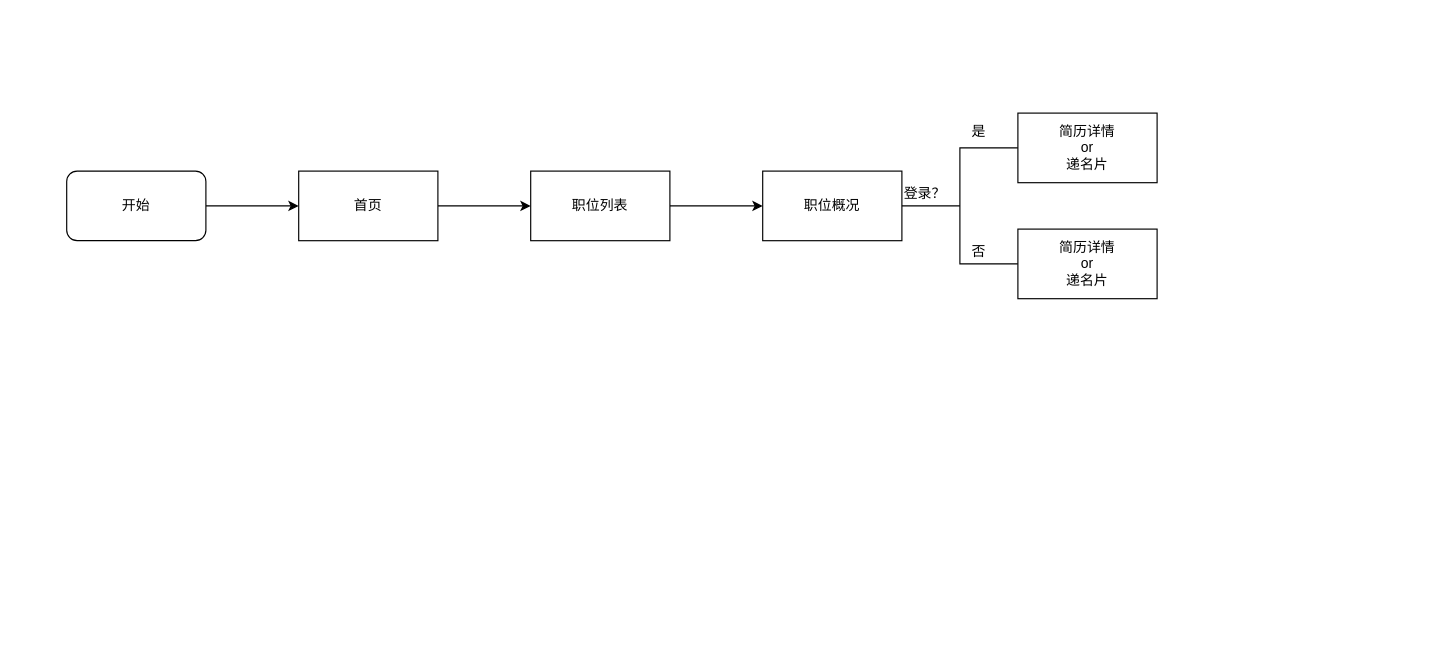
Above: 小程序操作流程.drawio in SuJack/www.draw.io (draw.io), before the change. Source tidied: cells renumbered, new cells numbered last; positions are measured from the earlier drawing's top-left corner, leaving out a move shared by most shapes. Both pictures are drawn from the tidied source at 116%, with x=0, y=0 at pixel (66, 113).
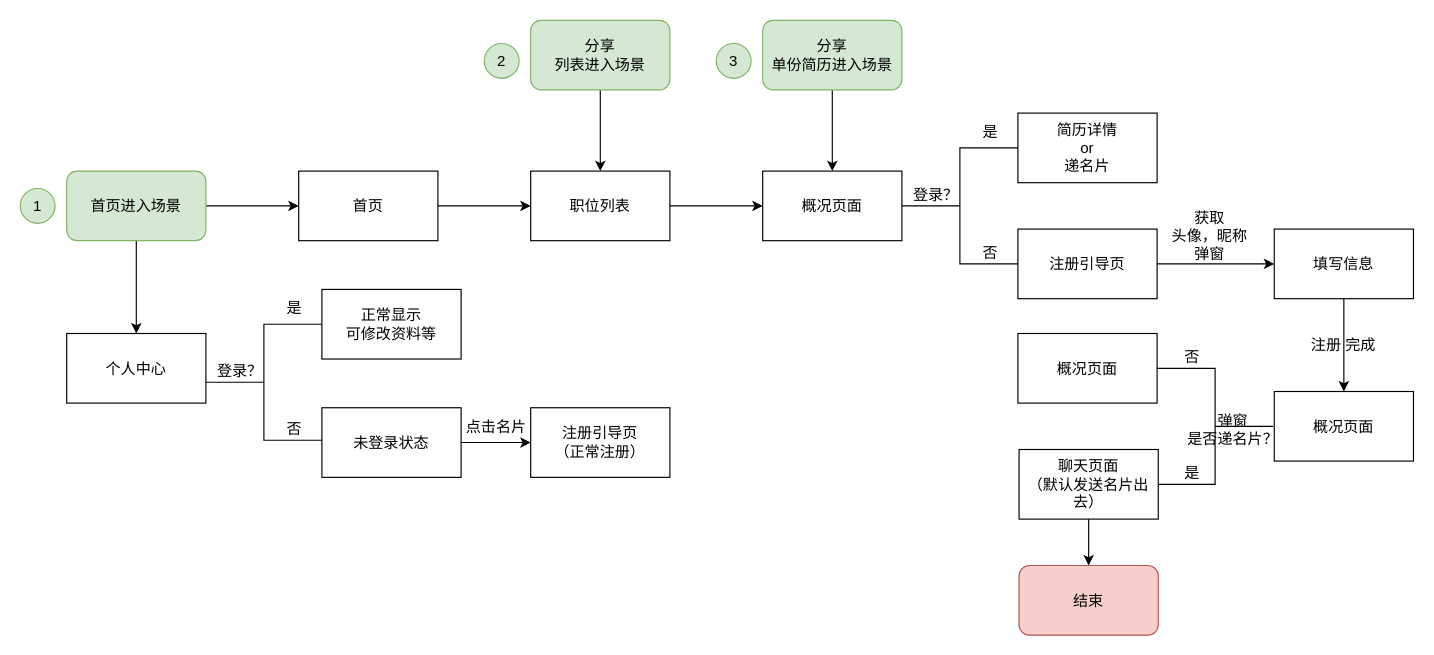
The same diagram, later.

Commit message:
更新小程序操作流程.drawio

Diff of the diagram source:
```diff
@@
-    <mxCell id="2" style="edgeStyle=orthogonalEdgeStyle;rounded=0;jettySize=auto;html=1;" parent="1" edge="1" source="3" target="5">
+    <mxCell id="2" style="edgeStyle=orthogonalEdgeStyle;rounded=0;jettySize=auto;html=1;fontSize=13;" parent="1" edge="1" source="3" target="5">
       <mxGeometry relative="1" as="geometry" />
     </mxCell>
+    <mxCell id="15" style="edgeStyle=orthogonalEdgeStyle;rounded=0;jettySize=auto;html=1;fontSize=13;" parent="1" edge="1" source="3">
+      <mxGeometry relative="1" as="geometry">
+        <mxPoint x="60" y="190" as="targetPoint" />
+      </mxGeometry>
+    </mxCell>
-    <mxCell id="3" value="开始" style="rounded=1;whiteSpace=wrap;html=1;" parent="1" vertex="1">
+    <mxCell id="3" value="首页进入场景" style="rounded=1;whiteSpace=wrap;html=1;fillColor=#d5e8d4;strokeColor=#82b366;fontSize=13;" parent="1" vertex="1">
       <mxGeometry y="50" width="120" height="60" as="geometry" />
     </mxCell>
-    <mxCell id="4" style="edgeStyle=orthogonalEdgeStyle;rounded=0;jettySize=auto;html=1;" parent="1" edge="1" source="5" target="7">
+    <mxCell id="4" style="edgeStyle=orthogonalEdgeStyle;rounded=0;jettySize=auto;html=1;fontSize=13;" parent="1" edge="1" source="5" target="7">
       <mxGeometry relative="1" as="geometry" />
     </mxCell>
-    <mxCell id="5" value="首页" style="rounded=1;whiteSpace=wrap;html=1;arcSize=0;" parent="1" vertex="1">
+    <mxCell id="5" value="首页" style="rounded=1;whiteSpace=wrap;html=1;arcSize=0;fontSize=13;" parent="1" vertex="1">
       <mxGeometry x="200" y="50" width="120" height="60" as="geometry" />
     </mxCell>
-    <mxCell id="6" style="edgeStyle=orthogonalEdgeStyle;rounded=0;jettySize=auto;html=1;" parent="1" edge="1" source="7" target="8">
+    <mxCell id="6" style="edgeStyle=orthogonalEdgeStyle;rounded=0;jettySize=auto;html=1;fontSize=13;" parent="1" edge="1" source="7" target="8">
       <mxGeometry relative="1" as="geometry" />
     </mxCell>
-    <mxCell id="7" value="职位列表" style="rounded=1;whiteSpace=wrap;html=1;arcSize=0;" parent="1" vertex="1">
+    <mxCell id="7" value="职位列表" style="rounded=1;whiteSpace=wrap;html=1;arcSize=0;fontSize=13;" parent="1" vertex="1">
       <mxGeometry x="400" y="50" width="120" height="60" as="geometry" />
     </mxCell>
-    <mxCell id="8" value="职位概况" style="rounded=1;whiteSpace=wrap;html=1;arcSize=0;" parent="1" vertex="1">
+    <mxCell id="8" value="概况页面" style="rounded=1;whiteSpace=wrap;html=1;arcSize=0;fontSize=13;" parent="1" vertex="1">
       <mxGeometry x="600" y="50" width="120" height="60" as="geometry" />
     </mxCell>
-    <mxCell id="9" style="strokeWidth=1;html=1;shape=mxgraph.flowchart.annotation_2;align=left;" parent="1" vertex="1">
+    <mxCell id="9" style="strokeWidth=1;html=1;shape=mxgraph.flowchart.annotation_2;align=left;fontSize=13;" parent="1" vertex="1">
       <mxGeometry x="720" y="30" width="100" height="100" as="geometry" />
     </mxCell>
-    <mxCell id="10" value="简历详情&lt;br&gt;or&lt;br&gt;递名片&lt;br&gt;" style="rounded=0;whiteSpace=wrap;html=1;strokeWidth=1;" parent="1" vertex="1">
+    <mxCell id="10" value="简历详情&lt;br style=&quot;font-size: 13px;&quot;&gt;or&lt;br style=&quot;font-size: 13px;&quot;&gt;递名片&lt;br style=&quot;font-size: 13px;&quot;&gt;" style="rounded=0;whiteSpace=wrap;html=1;strokeWidth=1;fontSize=13;" parent="1" vertex="1">
       <mxGeometry x="820" width="120" height="60" as="geometry" />
     </mxCell>
-    <mxCell id="11" value="登录？" style="text;html=1;align=left;verticalAlign=top;spacingTop=-4;" parent="1" vertex="1">
+    <mxCell id="11" value="登录？" style="text;html=1;align=right;verticalAlign=top;spacingTop=-4;fontSize=13;" parent="1" vertex="1">
       <mxGeometry x="720" y="60" width="50" height="20" as="geometry" />
     </mxCell>
-    <mxCell id="12" value="是" style="text;html=1;align=center;verticalAlign=top;spacingTop=-4;" parent="1" vertex="1">
-      <mxGeometry x="771" y="6" width="30" height="20" as="geometry" />
+    <mxCell id="12" value="是" style="text;html=1;align=center;verticalAlign=top;spacingTop=-4;fontSize=13;" parent="1" vertex="1">
+      <mxGeometry x="781" y="6" width="30" height="20" as="geometry" />
     </mxCell>
-    <mxCell id="13" value="否" style="text;html=1;align=center;verticalAlign=top;spacingTop=-4;" parent="1" vertex="1">
-      <mxGeometry x="771" y="110" width="30" height="20" as="geometry" />
+    <mxCell id="13" value="否" style="text;html=1;align=center;verticalAlign=top;spacingTop=-4;fontSize=13;" parent="1" vertex="1">
+      <mxGeometry x="781" y="110" width="30" height="20" as="geometry" />
     </mxCell>
+    <mxCell id="16" style="edgeStyle=orthogonalEdgeStyle;rounded=0;jettySize=auto;html=1;fontSize=13;" parent="1" edge="1" source="14" target="18">
+      <mxGeometry relative="1" as="geometry" />
+    </mxCell>
-    <mxCell id="14" value="简历详情&lt;br&gt;or&lt;br&gt;递名片&lt;br&gt;" style="rounded=0;whiteSpace=wrap;html=1;strokeWidth=1;" parent="1" vertex="1">
+    <mxCell id="14" value="注册引导页" style="rounded=0;whiteSpace=wrap;html=1;strokeWidth=1;fontSize=13;" parent="1" vertex="1">
       <mxGeometry x="820" y="100" width="120" height="60" as="geometry" />
     </mxCell>
+    <mxCell id="17" style="edgeStyle=orthogonalEdgeStyle;rounded=0;jettySize=auto;html=1;fontSize=13;" parent="1" edge="1" source="18" target="19">
+      <mxGeometry relative="1" as="geometry" />
+    </mxCell>
+    <mxCell id="18" value="填写信息" style="rounded=0;whiteSpace=wrap;html=1;strokeWidth=1;fontSize=13;" parent="1" vertex="1">
+      <mxGeometry x="1041" y="100" width="120" height="60" as="geometry" />
+    </mxCell>
+    <mxCell id="19" value="概况页面&lt;br style=&quot;font-size: 13px;&quot;&gt;" style="rounded=0;whiteSpace=wrap;html=1;strokeWidth=1;fontSize=13;" parent="1" vertex="1">
+      <mxGeometry x="1041" y="240" width="120" height="60" as="geometry" />
+    </mxCell>
+    <mxCell id="20" value="注册 完成" style="text;html=1;align=left;verticalAlign=top;spacingTop=-4;fontSize=13;" parent="1" vertex="1">
+      <mxGeometry x="1071" y="190" width="70" height="20" as="geometry" />
+    </mxCell>
+    <mxCell id="21" value="获取&lt;br style=&quot;font-size: 13px;&quot;&gt;头像，昵称&lt;br style=&quot;font-size: 13px;&quot;&gt;弹窗" style="text;html=1;align=center;verticalAlign=top;spacingTop=-4;fontSize=13;" parent="1" vertex="1">
+      <mxGeometry x="945" y="80" width="80" height="40" as="geometry" />
+    </mxCell>
+    <mxCell id="22" style="strokeWidth=1;html=1;shape=mxgraph.flowchart.annotation_2;align=left;rotation=-180;fontSize=13;" parent="1" vertex="1">
+      <mxGeometry x="940" y="220" width="100" height="100" as="geometry" />
+    </mxCell>
+    <mxCell id="23" value="否" style="text;html=1;align=center;verticalAlign=top;spacingTop=-4;fontSize=13;" parent="1" vertex="1">
+      <mxGeometry x="955" y="200" width="30" height="20" as="geometry" />
+    </mxCell>
+    <mxCell id="24" value="是" style="text;html=1;align=center;verticalAlign=top;spacingTop=-4;fontSize=13;" parent="1" vertex="1">
+      <mxGeometry x="955" y="300" width="30" height="20" as="geometry" />
+    </mxCell>
+    <mxCell id="25" value="概况页面" style="rounded=0;whiteSpace=wrap;html=1;strokeWidth=1;fontSize=13;" parent="1" vertex="1">
+      <mxGeometry x="820" y="190" width="120" height="60" as="geometry" />
+    </mxCell>
+    <mxCell id="26" style="edgeStyle=orthogonalEdgeStyle;rounded=0;jettySize=auto;html=1;fontSize=13;" parent="1" edge="1" source="27" target="29">
+      <mxGeometry relative="1" as="geometry" />
+    </mxCell>
+    <mxCell id="27" value="&lt;font style=&quot;font-size: 13px;&quot;&gt;聊天页面&lt;br style=&quot;font-size: 13px;&quot;&gt;（默认发送名片出去）&lt;/font&gt;&lt;br style=&quot;font-size: 13px;&quot;&gt;" style="rounded=0;whiteSpace=wrap;html=1;strokeWidth=1;fontSize=13;" parent="1" vertex="1">
+      <mxGeometry x="821" y="290" width="120" height="60" as="geometry" />
+    </mxCell>
+    <mxCell id="28" value="&lt;span style=&quot;font-size: 13px;&quot;&gt;弹窗&lt;/span&gt;&lt;br style=&quot;font-size: 13px;&quot;&gt;&lt;span style=&quot;font-size: 13px;&quot;&gt;是否递名片？&lt;/span&gt;" style="text;html=1;align=center;verticalAlign=top;spacingTop=-4;fontSize=13;" parent="1" vertex="1">
+      <mxGeometry x="960" y="255" width="90" height="30" as="geometry" />
+    </mxCell>
+    <mxCell id="29" value="结束" style="rounded=1;whiteSpace=wrap;html=1;fontSize=13;align=center;fillColor=#f8cecc;strokeColor=#b85450;" parent="1" vertex="1">
+      <mxGeometry x="821" y="390" width="120" height="60" as="geometry" />
+    </mxCell>
+    <mxCell id="30" style="edgeStyle=orthogonalEdgeStyle;rounded=0;jettySize=auto;html=1;fontSize=13;entryX=0.5;entryY=0;entryDx=0;entryDy=0;" parent="1" edge="1" source="31" target="7">
+      <mxGeometry relative="1" as="geometry" />
+    </mxCell>
+    <mxCell id="31" value="分享&lt;br style=&quot;font-size: 13px;&quot;&gt;列表进入场景&lt;br style=&quot;font-size: 13px;&quot;&gt;" style="rounded=1;whiteSpace=wrap;html=1;fillColor=#d5e8d4;strokeColor=#82b366;fontSize=13;" parent="1" vertex="1">
+      <mxGeometry x="400" y="-80" width="120" height="60" as="geometry" />
+    </mxCell>
+    <mxCell id="32" style="edgeStyle=orthogonalEdgeStyle;rounded=0;jettySize=auto;html=1;fontSize=13;" parent="1" edge="1" source="33">
+      <mxGeometry relative="1" as="geometry">
+        <mxPoint x="660" y="50" as="targetPoint" />
+      </mxGeometry>
+    </mxCell>
+    <mxCell id="33" value="分享&lt;br style=&quot;font-size: 13px;&quot;&gt;单份简历进入场景&lt;br style=&quot;font-size: 13px;&quot;&gt;" style="rounded=1;whiteSpace=wrap;html=1;fillColor=#d5e8d4;strokeColor=#82b366;fontSize=13;" parent="1" vertex="1">
+      <mxGeometry x="600" y="-80" width="120" height="60" as="geometry" />
+    </mxCell>
+    <mxCell id="34" value="1" style="ellipse;whiteSpace=wrap;html=1;fontSize=13;align=center;fillColor=#d5e8d4;strokeColor=#82b366;" parent="1" vertex="1">
+      <mxGeometry x="-40" y="65" width="30" height="30" as="geometry" />
+    </mxCell>
+    <mxCell id="35" value="2" style="ellipse;whiteSpace=wrap;html=1;fontSize=13;align=center;fillColor=#d5e8d4;strokeColor=#82b366;" parent="1" vertex="1">
+      <mxGeometry x="360" y="-60" width="30" height="30" as="geometry" />
+    </mxCell>
+    <mxCell id="36" value="3" style="ellipse;whiteSpace=wrap;html=1;fontSize=13;align=center;fillColor=#d5e8d4;strokeColor=#82b366;" parent="1" vertex="1">
+      <mxGeometry x="560" y="-60" width="30" height="30" as="geometry" />
+    </mxCell>
+    <mxCell id="37" value="个人中心" style="rounded=1;whiteSpace=wrap;html=1;arcSize=0;fontSize=13;" parent="1" vertex="1">
+      <mxGeometry y="190" width="120" height="60" as="geometry" />
+    </mxCell>
+    <mxCell id="38" style="strokeWidth=1;html=1;shape=mxgraph.flowchart.annotation_2;align=left;fontSize=13;" parent="1" vertex="1">
+      <mxGeometry x="120" y="182" width="100" height="100" as="geometry" />
+    </mxCell>
+    <mxCell id="39" value="登录？" style="text;html=1;align=right;verticalAlign=top;spacingTop=-4;fontSize=13;" parent="1" vertex="1">
+      <mxGeometry x="120" y="212" width="50" height="20" as="geometry" />
+    </mxCell>
+    <mxCell id="40" value="是" style="text;html=1;align=center;verticalAlign=top;spacingTop=-4;fontSize=13;" parent="1" vertex="1">
+      <mxGeometry x="181" y="158" width="30" height="20" as="geometry" />
+    </mxCell>
+    <mxCell id="41" value="否" style="text;html=1;align=center;verticalAlign=top;spacingTop=-4;fontSize=13;" parent="1" vertex="1">
+      <mxGeometry x="181" y="262" width="30" height="20" as="geometry" />
+    </mxCell>
+    <mxCell id="42" value="正常显示&lt;br&gt;可修改资料等&lt;br&gt;" style="rounded=0;whiteSpace=wrap;html=1;fontSize=13;align=center;" parent="1" vertex="1">
+      <mxGeometry x="220" y="152" width="120" height="60" as="geometry" />
+    </mxCell>
+    <mxCell id="43" style="edgeStyle=orthogonalEdgeStyle;rounded=0;jettySize=auto;html=1;fontSize=13;" parent="1" edge="1" source="44" target="46">
+      <mxGeometry relative="1" as="geometry" />
+    </mxCell>
+    <mxCell id="44" value="未登录状态&lt;br&gt;" style="rounded=0;whiteSpace=wrap;html=1;fontSize=13;align=center;" parent="1" vertex="1">
+      <mxGeometry x="220" y="254" width="120" height="60" as="geometry" />
+    </mxCell>
+    <mxCell id="45" value="点击名片" style="text;html=1;align=center;verticalAlign=top;spacingTop=-4;fontSize=13;" parent="1" vertex="1">
+      <mxGeometry x="335" y="260" width="70" height="20" as="geometry" />
+    </mxCell>
+    <mxCell id="46" value="注册引导页&lt;br&gt;（正常注册）&lt;br&gt;" style="rounded=0;whiteSpace=wrap;html=1;fontSize=13;align=center;" parent="1" vertex="1">
+      <mxGeometry x="400" y="254" width="120" height="60" as="geometry" />
+    </mxCell>
```
